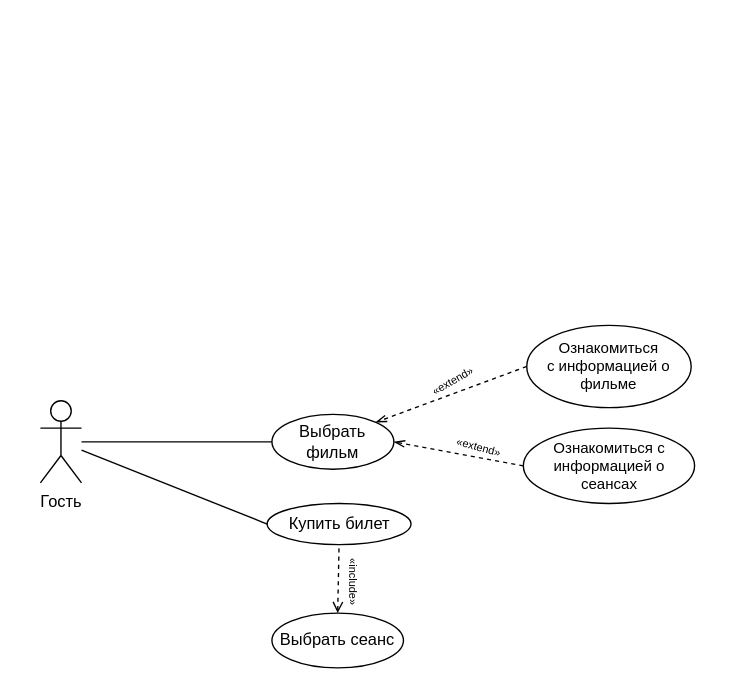
Before: page "Собственный кинотеатр" (1 of 3) of Диаграммы_вариантов_использования.drawio in ANDaniell/-design-practice, a draw.io diagram. Source tidied: cells renumbered, new cells numbered last; positions are measured from the earlier drawing's top-left corner, leaving out a move shared by most shapes. Both pictures are drawn from the tidied source at 137%, with x=0, y=0 at pixel (40, 325).
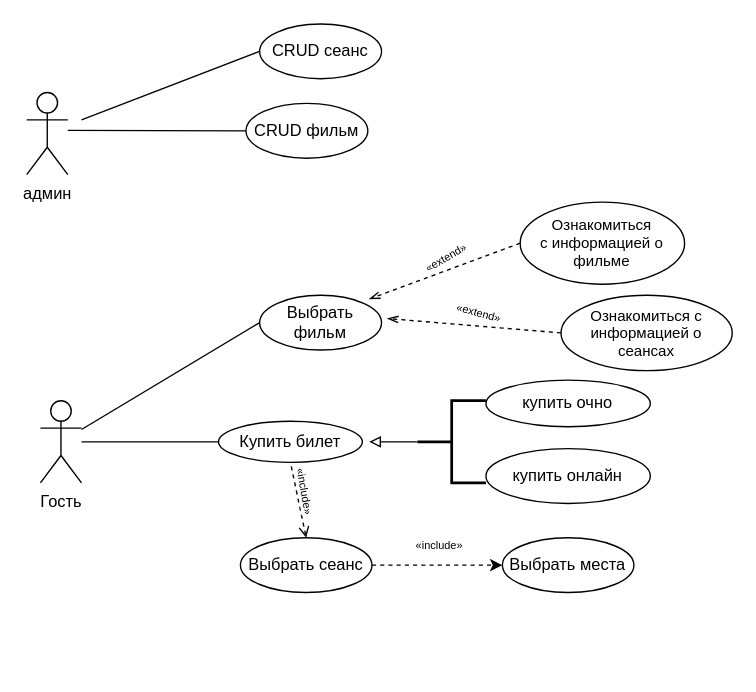
Above is the later version.

What changed in the source:
```diff
@@
     <mxCell id="3" value="Купить билет" style="ellipse;whiteSpace=wrap;html=1;fontSize=12;" parent="1" vertex="1">
-      <mxGeometry x="165.5" y="130" width="105" height="30" as="geometry" />
+      <mxGeometry x="130" y="70" width="105" height="30" as="geometry" />
     </mxCell>
     <mxCell id="4" value="Выбрать фильм" style="ellipse;whiteSpace=wrap;html=1;" parent="1" vertex="1">
-      <mxGeometry x="169" y="65" width="89" height="40" as="geometry" />
+      <mxGeometry x="160" y="-22" width="89" height="40" as="geometry" />
     </mxCell>
     <mxCell id="5" value="Ознакомиться с информацией о сеансах" style="ellipse;whiteSpace=wrap;html=1;fontSize=11;spacing=2;" parent="1" vertex="1">
-      <mxGeometry x="352.5" y="75" width="125" height="55" as="geometry" />
+      <mxGeometry x="380" y="-22" width="125" height="55" as="geometry" />
     </mxCell>
     <mxCell id="6" value="&lt;div style=&quot;font-size: 11px;&quot;&gt;Ознакомиться&lt;/div&gt;&lt;div style=&quot;font-size: 11px;&quot;&gt;с информацией о фильме&lt;/div&gt;" style="ellipse;whiteSpace=wrap;html=1;fontSize=11;" parent="1" vertex="1">
-      <mxGeometry x="355" width="120" height="60" as="geometry" />
+      <mxGeometry x="350.2" y="-90" width="120" height="60" as="geometry" />
     </mxCell>
+    <mxCell id="16" style="rounded=0;jettySize=auto;html=1;dashed=1;" parent="1" edge="1" source="7" target="22">
+      <mxGeometry relative="1" as="geometry" />
+    </mxCell>
     <mxCell id="7" value="Выбрать сеанс" style="ellipse;whiteSpace=wrap;html=1;" parent="1" vertex="1">
-      <mxGeometry x="169" y="210" width="96" height="40" as="geometry" />
+      <mxGeometry x="146" y="155" width="96" height="40" as="geometry" />
     </mxCell>
@@
-    <mxCell id="11" style="endArrow=openThin;dashed=1;html=1;rounded=0;entryX=1;entryY=0.5;entryDx=0;entryDy=0;exitX=0;exitY=0.5;exitDx=0;exitDy=0;endFill=0;" parent="1" edge="1" source="5" target="4">
-      <mxGeometry relative="1" as="geometry" />
+    <mxCell id="11" style="endArrow=openThin;dashed=1;html=1;rounded=0;entryX=1;entryY=0.5;entryDx=0;entryDy=0;exitX=0;exitY=0.5;exitDx=0;exitDy=0;endFill=0;" parent="1" edge="1" source="5">
+      <mxGeometry relative="1" as="geometry">
+        <mxPoint x="253.2" y="-5" as="targetPoint" />
+      </mxGeometry>
     </mxCell>
-    <mxCell id="12" style="endArrow=openThin;dashed=1;html=1;rounded=0;entryX=1;entryY=0;entryDx=0;entryDy=0;exitX=0;exitY=0.5;exitDx=0;exitDy=0;startArrow=none;startFill=0;endFill=0;" parent="1" edge="1" source="6" target="4">
-      <mxGeometry relative="1" as="geometry" />
+    <mxCell id="12" style="endArrow=openThin;dashed=1;html=1;rounded=0;entryX=1;entryY=0;entryDx=0;entryDy=0;exitX=0;exitY=0.5;exitDx=0;exitDy=0;startArrow=none;startFill=0;endFill=0;" parent="1" edge="1" source="6">
+      <mxGeometry relative="1" as="geometry">
+        <mxPoint x="240" y="-19.2" as="targetPoint" />
+      </mxGeometry>
     </mxCell>
     <mxCell id="13" value="«extend»" style="edgeLabel;html=1;align=center;verticalAlign=middle;rotation=-30;fontSize=8;" parent="1" vertex="1">
-      <mxGeometry x="300" y="41" as="geometry" />
+      <mxGeometry x="295.2" y="-49" as="geometry" />
     </mxCell>
     <mxCell id="14" value="«extend»" style="edgeLabel;html=1;align=center;verticalAlign=middle;rotation=15;fontSize=8;" parent="1" vertex="1">
-      <mxGeometry x="320" y="88" as="geometry" />
+      <mxGeometry x="320" y="-10" as="geometry" />
     </mxCell>
-    <mxCell id="15" value="«include»" style="edgeLabel;html=1;align=center;verticalAlign=middle;rotation=90;fontSize=8;" parent="1" vertex="1">
-      <mxGeometry x="230" y="186" as="geometry" />
+    <mxCell id="15" value="«include»" style="edgeLabel;html=1;align=center;verticalAlign=middle;rotation=80;fontSize=8;" parent="1" vertex="1">
+      <mxGeometry x="194" y="120" as="geometry" />
     </mxCell>
+    <mxCell id="17" value="купить очно" style="ellipse;whiteSpace=wrap;html=1;" parent="1" vertex="1">
+      <mxGeometry x="325.2" y="40" width="120" height="34" as="geometry" />
+    </mxCell>
+    <mxCell id="18" value="купить онлайн" style="ellipse;whiteSpace=wrap;html=1;" parent="1" vertex="1">
+      <mxGeometry x="325.2" y="90" width="120" height="40" as="geometry" />
+    </mxCell>
+    <mxCell id="19" style="edgeStyle=orthogonalEdgeStyle;rounded=0;jettySize=auto;html=1;entryX=1;entryY=0.5;entryDx=0;entryDy=0;shape=flexArrow;strokeColor=none;endArrow=block;" parent="1" edge="1" source="21" target="3">
+      <mxGeometry relative="1" as="geometry" />
+    </mxCell>
+    <mxCell id="20" style="edgeStyle=orthogonalEdgeStyle;rounded=0;jettySize=auto;html=1;endArrow=block;endFill=0;" parent="1" edge="1" source="21">
+      <mxGeometry relative="1" as="geometry">
+        <mxPoint x="240" y="85" as="targetPoint" />
+        <Array as="points">
+          <mxPoint x="260" y="85" />
+          <mxPoint x="260" y="85" />
+        </Array>
+      </mxGeometry>
+    </mxCell>
+    <mxCell id="21" style="strokeWidth=2;html=1;shape=mxgraph.flowchart.annotation_2;align=left;labelPosition=right;" parent="1" vertex="1">
+      <mxGeometry x="275.2" y="55" width="50" height="60" as="geometry" />
+    </mxCell>
+    <mxCell id="22" value="Выбрать места" style="ellipse;whiteSpace=wrap;html=1;" parent="1" vertex="1">
+      <mxGeometry x="337.2" y="155" width="96" height="40" as="geometry" />
+    </mxCell>
+    <mxCell id="23" value="«include»" style="edgeLabel;html=1;align=center;verticalAlign=middle;rotation=0;fontSize=8;" parent="1" vertex="1">
+      <mxGeometry x="290" y="160" as="geometry" />
+    </mxCell>
+    <mxCell id="24" value="админ" style="shape=umlActor;verticalLabelPosition=bottom;verticalAlign=top;html=1;" parent="1" vertex="1">
+      <mxGeometry x="-10" y="-170" width="30" height="60" as="geometry" />
+    </mxCell>
+    <mxCell id="25" value="CRUD фильм" style="ellipse;whiteSpace=wrap;html=1;" parent="1" vertex="1">
+      <mxGeometry x="150" y="-162" width="89" height="40" as="geometry" />
+    </mxCell>
+    <mxCell id="26" style="endArrow=none;html=1;rounded=0;entryX=0;entryY=0.5;entryDx=0;entryDy=0;" parent="1" edge="1" target="25">
+      <mxGeometry relative="1" as="geometry">
+        <mxPoint x="20" y="-142.3" as="sourcePoint" />
+      </mxGeometry>
+    </mxCell>
+    <mxCell id="27" style="endArrow=none;html=1;rounded=0;" parent="1" edge="1">
+      <mxGeometry relative="1" as="geometry">
+        <mxPoint x="30" y="-150" as="sourcePoint" />
+        <mxPoint x="160" y="-200" as="targetPoint" />
+      </mxGeometry>
+    </mxCell>
+    <mxCell id="28" value="CRUD сеанс" style="ellipse;whiteSpace=wrap;html=1;" parent="1" vertex="1">
+      <mxGeometry x="160" y="-220" width="89" height="40" as="geometry" />
+    </mxCell>
```
